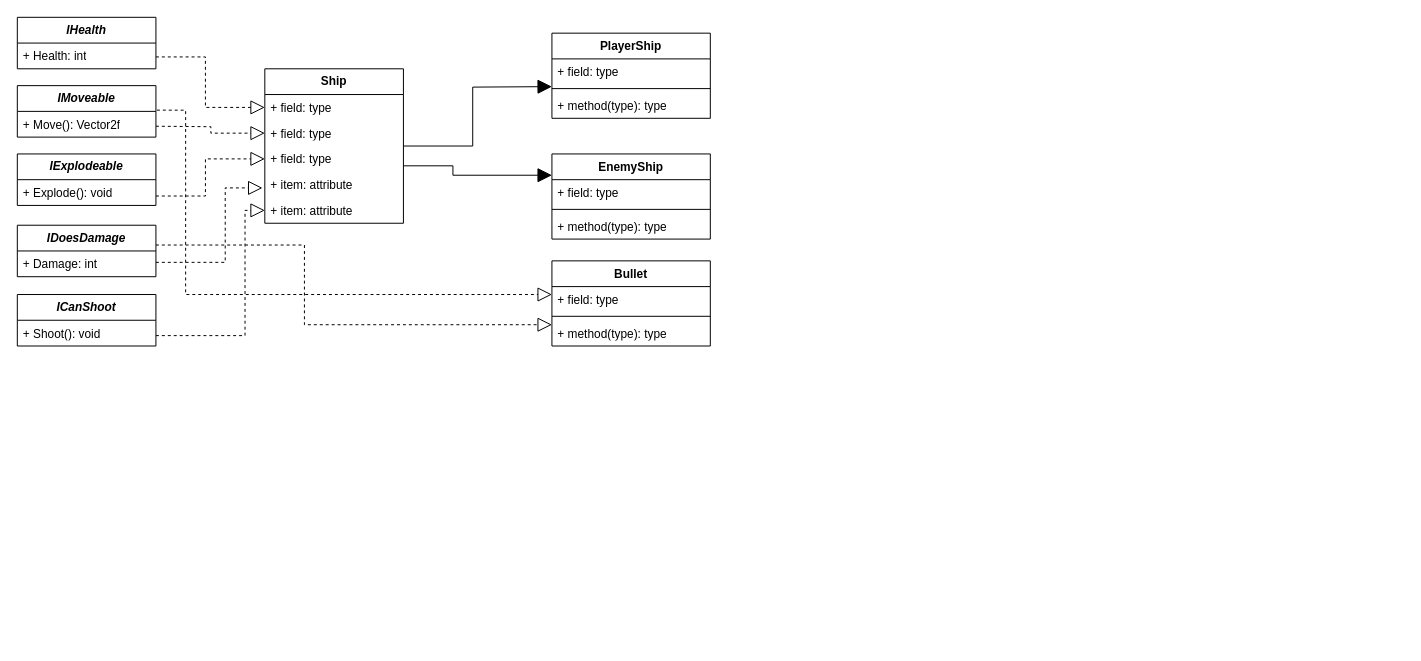
jojjedev/Invaders keeps this draw.io diagram as Invaders Johan.drawio. Above is the earlier version. Source tidied: cells renumbered, new cells numbered last; positions are measured from the earlier drawing's top-left corner, leaving out a move shared by most shapes. Both pictures are drawn from the tidied source at 99%, with x=0, y=0 at pixel (17, 17).
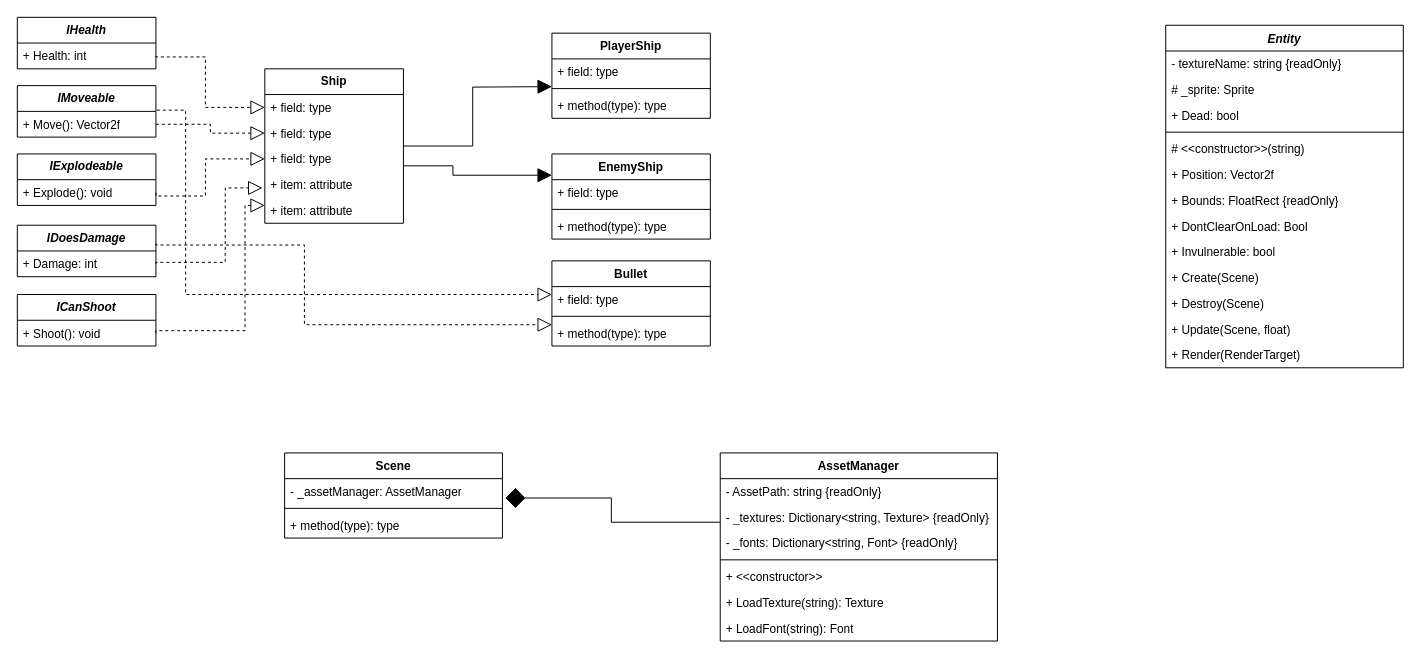
The same page after the edit.

Unchanged cells that the change refers to:
```xml
<mxCell id="2" value="&lt;b&gt;&lt;i&gt;IHealth&lt;/i&gt;&lt;/b&gt;" style="swimlane;fontStyle=0;horizontal=1;startSize=26;fillColor=none;whiteSpace=wrap;html=1;" parent="1" vertex="1">
  <mxGeometry width="140" height="52" as="geometry" />
</mxCell>
<mxCell id="4" value="&lt;b&gt;&lt;i&gt;IExplodeable&lt;/i&gt;&lt;/b&gt;" style="swimlane;fontStyle=0;horizontal=1;startSize=26;fillColor=none;whiteSpace=wrap;html=1;" parent="1" vertex="1">
  <mxGeometry y="138" width="140" height="52" as="geometry" />
</mxCell>
<mxCell id="6" value="&lt;b&gt;&lt;i&gt;IMoveable&lt;/i&gt;&lt;/b&gt;" style="swimlane;fontStyle=0;horizontal=1;startSize=26;fillColor=none;whiteSpace=wrap;html=1;" parent="1" vertex="1">
  <mxGeometry y="69" width="140" height="52" as="geometry" />
</mxCell>
<mxCell id="8" value="&lt;b&gt;&lt;i&gt;IDoesDamage&lt;/i&gt;&lt;/b&gt;" style="swimlane;fontStyle=0;horizontal=1;startSize=26;fillColor=none;whiteSpace=wrap;html=1;" parent="1" vertex="1">
  <mxGeometry y="210" width="140" height="52" as="geometry" />
</mxCell>
<mxCell id="10" value="&lt;b&gt;&lt;i&gt;ICanShoot&lt;/i&gt;&lt;/b&gt;" style="swimlane;fontStyle=0;horizontal=1;startSize=26;fillColor=none;whiteSpace=wrap;html=1;" parent="1" vertex="1">
  <mxGeometry y="280" width="140" height="52" as="geometry" />
</mxCell>
<mxCell id="20" value="Bullet" style="swimlane;fontStyle=1;align=center;verticalAlign=top;horizontal=1;startSize=26;whiteSpace=wrap;html=1;" parent="1" vertex="1">
  <mxGeometry x="540" y="246" width="160" height="86" as="geometry" />
</mxCell>
<mxCell id="27" value="+ field: type" style="text;strokeColor=none;fillColor=none;align=left;verticalAlign=top;spacingLeft=4;spacingRight=4;overflow=hidden;points=[[0,0.5],[1,0.5]];portConstraint=eastwest;whiteSpace=wrap;html=1;" parent="26" vertex="1">
  <mxGeometry y="26" width="140" height="26" as="geometry" />
</mxCell>
<mxCell id="28" value="+ field: type" style="text;strokeColor=none;fillColor=none;align=left;verticalAlign=top;spacingLeft=4;spacingRight=4;overflow=hidden;points=[[0,0.5],[1,0.5]];portConstraint=eastwest;whiteSpace=wrap;html=1;" parent="26" vertex="1">
  <mxGeometry y="52" width="140" height="26" as="geometry" />
</mxCell>
<mxCell id="29" value="+ field: type" style="text;strokeColor=none;fillColor=none;align=left;verticalAlign=top;spacingLeft=4;spacingRight=4;overflow=hidden;points=[[0,0.5],[1,0.5]];portConstraint=eastwest;whiteSpace=wrap;html=1;" parent="26" vertex="1">
  <mxGeometry y="78" width="140" height="26" as="geometry" />
</mxCell>
<mxCell id="30" value="+ item: attribute" style="text;strokeColor=none;fillColor=none;align=left;verticalAlign=top;spacingLeft=4;spacingRight=4;overflow=hidden;points=[[0,0.5],[1,0.5]];portConstraint=eastwest;whiteSpace=wrap;html=1;" parent="26" vertex="1">
  <mxGeometry y="104" width="140" height="26" as="geometry" />
</mxCell>
<mxCell id="31" value="+ item: attribute" style="text;strokeColor=none;fillColor=none;align=left;verticalAlign=top;spacingLeft=4;spacingRight=4;overflow=hidden;points=[[0,0.5],[1,0.5]];portConstraint=eastwest;whiteSpace=wrap;html=1;" parent="26" vertex="1">
  <mxGeometry y="130" width="140" height="26" as="geometry" />
</mxCell>
```

The edit, as a diff of the source:
```diff
@@
-    <mxCell id="32" style="endArrow=block;dashed=1;endFill=0;endSize=12;html=1;rounded=0;entryX=0;entryY=0.5;entryDx=0;entryDy=0;edgeStyle=orthogonalEdgeStyle;" parent="1" edge="1" target="27">
+    <mxCell id="32" style="endArrow=block;dashed=1;endFill=0;endSize=12;html=1;rounded=0;entryX=0;entryY=0.5;entryDx=0;entryDy=0;edgeStyle=orthogonalEdgeStyle;exitX=1;exitY=0.75;exitDx=0;exitDy=0;" parent="1" edge="1" source="2" target="27">
       <mxGeometry x="0.01" relative="1" as="geometry">
-        <mxPoint x="140" y="40" as="sourcePoint" />
         <Array as="points">
+          <mxPoint x="140" y="40" />
           <mxPoint x="190" y="40" />
           <mxPoint x="190" y="91" />
         </Array>
       </mxGeometry>
     </mxCell>
-    <mxCell id="33" style="endArrow=block;dashed=1;endFill=0;endSize=12;html=1;rounded=0;entryX=0;entryY=0.5;entryDx=0;entryDy=0;edgeStyle=orthogonalEdgeStyle;" parent="1" edge="1" target="28">
-      <mxGeometry x="0.01" relative="1" as="geometry">
-        <mxPoint x="140" y="110" as="sourcePoint" />
-      </mxGeometry>
+    <mxCell id="33" style="endArrow=block;dashed=1;endFill=0;endSize=12;html=1;rounded=0;entryX=0;entryY=0.5;entryDx=0;entryDy=0;edgeStyle=orthogonalEdgeStyle;exitX=1;exitY=0.75;exitDx=0;exitDy=0;" parent="1" edge="1" source="6" target="28">
+      <mxGeometry x="0.01" relative="1" as="geometry" />
     </mxCell>
-    <mxCell id="34" style="endArrow=block;dashed=1;endFill=0;endSize=12;html=1;rounded=0;entryX=0;entryY=0.5;entryDx=0;entryDy=0;edgeStyle=orthogonalEdgeStyle;" parent="1" edge="1" target="29">
+    <mxCell id="34" style="endArrow=block;dashed=1;endFill=0;endSize=12;html=1;rounded=0;entryX=0;entryY=0.5;entryDx=0;entryDy=0;edgeStyle=orthogonalEdgeStyle;exitX=1;exitY=0.75;exitDx=0;exitDy=0;" parent="1" edge="1" source="4" target="29">
       <mxGeometry relative="1" as="geometry">
-        <mxPoint x="140" y="180.5" as="sourcePoint" />
         <Array as="points">
+          <mxPoint x="140" y="180.5" />
           <mxPoint x="190" y="180.5" />
           <mxPoint x="190" y="143" />
         </Array>
       </mxGeometry>
     </mxCell>
-    <mxCell id="35" style="endArrow=block;dashed=1;endFill=0;endSize=12;html=1;rounded=0;entryX=-0.017;entryY=0.628;entryDx=0;entryDy=0;edgeStyle=orthogonalEdgeStyle;entryPerimeter=0;" parent="1" edge="1" target="30">
+    <mxCell id="35" style="endArrow=block;dashed=1;endFill=0;endSize=12;html=1;rounded=0;entryX=-0.017;entryY=0.628;entryDx=0;entryDy=0;edgeStyle=orthogonalEdgeStyle;entryPerimeter=0;exitX=1;exitY=0.75;exitDx=0;exitDy=0;" parent="1" edge="1" source="8" target="30">
       <mxGeometry x="-0.19" relative="1" as="geometry">
-        <mxPoint x="140" y="247.5" as="sourcePoint" />
         <Array as="points">
+          <mxPoint x="140" y="247.5" />
           <mxPoint x="210" y="247.5" />
           <mxPoint x="210" y="172.3" />
         </Array>
       </mxGeometry>
     </mxCell>
-    <mxCell id="36" style="endArrow=block;dashed=1;endFill=0;endSize=12;html=1;rounded=0;entryX=0;entryY=0.5;entryDx=0;entryDy=0;edgeStyle=orthogonalEdgeStyle;" parent="1" edge="1" target="31">
+    <mxCell id="36" style="endArrow=block;dashed=1;endFill=0;endSize=12;html=1;rounded=0;entryX=0;entryY=0.5;entryDx=0;entryDy=0;edgeStyle=orthogonalEdgeStyle;exitX=1;exitY=0.75;exitDx=0;exitDy=0;" parent="1" edge="1" source="10">
       <mxGeometry x="-0.37" relative="1" as="geometry">
-        <mxPoint x="140" y="321.5" as="sourcePoint" />
+        <mxPoint x="250" y="190" as="targetPoint" />
         <Array as="points">
-          <mxPoint x="230" y="321.5" />
-          <mxPoint x="230" y="195" />
+          <mxPoint x="140" y="316.5" />
+          <mxPoint x="230" y="316.5" />
+          <mxPoint x="230" y="190" />
         </Array>
       </mxGeometry>
     </mxCell>
@@
-    <mxCell id="38" style="endArrow=block;dashed=1;endFill=0;endSize=12;html=1;rounded=0;entryX=0;entryY=0.75;entryDx=0;entryDy=0;edgeStyle=orthogonalEdgeStyle;" parent="1" edge="1" target="20">
+    <mxCell id="38" style="endArrow=block;dashed=1;endFill=0;endSize=12;html=1;rounded=0;entryX=0;entryY=0.75;entryDx=0;entryDy=0;edgeStyle=orthogonalEdgeStyle;exitX=1;exitY=0.359;exitDx=0;exitDy=0;exitPerimeter=0;" parent="1" edge="1" source="8" target="20">
       <mxGeometry x="-0.66" relative="1" as="geometry">
-        <mxPoint x="140" y="230" as="sourcePoint" />
         <Array as="points">
+          <mxPoint x="140" y="230" />
           <mxPoint x="290" y="230" />
           <mxPoint x="290" y="310.5" />
         </Array>
       </mxGeometry>
     </mxCell>
+    <mxCell id="39" value="Scene" style="swimlane;fontStyle=1;align=center;verticalAlign=top;horizontal=1;startSize=26;whiteSpace=wrap;html=1;" parent="1" vertex="1">
+      <mxGeometry x="270" y="440" width="220" height="86" as="geometry" />
+    </mxCell>
+    <mxCell id="40" value="&lt;div&gt;- _assetManager: AssetManager&lt;/div&gt;" style="text;strokeColor=none;fillColor=none;align=left;verticalAlign=top;spacingLeft=4;spacingRight=4;overflow=hidden;points=[[0,0.5],[1,0.5]];portConstraint=eastwest;whiteSpace=wrap;html=1;" parent="39" vertex="1">
+      <mxGeometry y="26" width="220" height="26" as="geometry" />
+    </mxCell>
+    <mxCell id="41" style="line;strokeWidth=1;fillColor=none;align=left;verticalAlign=middle;spacingTop=-1;spacingLeft=3;spacingRight=3;labelPosition=right;strokeColor=inherit;" parent="39" vertex="1">
+      <mxGeometry y="52" width="220" height="8" as="geometry" />
+    </mxCell>
+    <mxCell id="42" value="+ method(type): type" style="text;strokeColor=none;fillColor=none;align=left;verticalAlign=top;spacingLeft=4;spacingRight=4;overflow=hidden;whiteSpace=wrap;html=1;" parent="39" vertex="1">
+      <mxGeometry y="60" width="220" height="26" as="geometry" />
+    </mxCell>
+    <mxCell id="43" style="endArrow=diamond;endFill=1;endSize=18;html=1;rounded=0;entryX=1.013;entryY=0.751;entryDx=0;entryDy=0;entryPerimeter=0;exitX=0;exitY=0.692;exitDx=0;exitDy=0;exitPerimeter=0;edgeStyle=orthogonalEdgeStyle;" parent="1" edge="1" source="46" target="40">
+      <mxGeometry relative="1" as="geometry">
+        <Array as="points">
+          <mxPoint x="600" y="510" />
+          <mxPoint x="600" y="485.5" />
+        </Array>
+      </mxGeometry>
+    </mxCell>
+    <mxCell id="44" value="AssetManager" style="swimlane;fontStyle=1;align=center;verticalAlign=top;horizontal=1;startSize=26;whiteSpace=wrap;html=1;" parent="1" vertex="1">
+      <mxGeometry x="710" y="440" width="280" height="190" as="geometry" />
+    </mxCell>
+    <mxCell id="45" value="- AssetPath: string {readOnly}" style="text;strokeColor=none;fillColor=none;align=left;verticalAlign=top;spacingLeft=4;spacingRight=4;overflow=hidden;whiteSpace=wrap;html=1;" parent="44" vertex="1">
+      <mxGeometry y="26" width="280" height="26" as="geometry" />
+    </mxCell>
+    <mxCell id="46" value="- _textures: Dictionary&amp;lt;string, Texture&amp;gt; {readOnly}" style="text;strokeColor=none;fillColor=none;align=left;verticalAlign=top;spacingLeft=4;spacingRight=4;overflow=hidden;points=[[0,0.5],[1,0.5]];portConstraint=eastwest;whiteSpace=wrap;html=1;" parent="44" vertex="1">
+      <mxGeometry y="52" width="280" height="26" as="geometry" />
+    </mxCell>
+    <mxCell id="47" value="- _fonts: Dictionary&amp;lt;string, Font&amp;gt; {readOnly}" style="text;strokeColor=none;fillColor=none;align=left;verticalAlign=top;spacingLeft=4;spacingRight=4;overflow=hidden;whiteSpace=wrap;html=1;" parent="44" vertex="1">
+      <mxGeometry y="78" width="280" height="26" as="geometry" />
+    </mxCell>
+    <mxCell id="48" style="line;strokeWidth=1;fillColor=none;align=left;verticalAlign=middle;spacingTop=-1;spacingLeft=3;spacingRight=3;labelPosition=right;strokeColor=inherit;" parent="44" vertex="1">
+      <mxGeometry y="104" width="280" height="8" as="geometry" />
+    </mxCell>
+    <mxCell id="49" value="&lt;div&gt;+ &amp;lt;&amp;lt;constructor&amp;gt;&amp;gt;&lt;/div&gt;" style="text;strokeColor=none;fillColor=none;align=left;verticalAlign=top;spacingLeft=4;spacingRight=4;overflow=hidden;whiteSpace=wrap;html=1;" parent="44" vertex="1">
+      <mxGeometry y="112" width="280" height="26" as="geometry" />
+    </mxCell>
+    <mxCell id="50" value="+ LoadTexture(string): Texture" style="text;strokeColor=none;fillColor=none;align=left;verticalAlign=top;spacingLeft=4;spacingRight=4;overflow=hidden;whiteSpace=wrap;html=1;" parent="44" vertex="1">
+      <mxGeometry y="138" width="280" height="26" as="geometry" />
+    </mxCell>
+    <mxCell id="51" value="+ LoadFont(string): Font" style="text;strokeColor=none;fillColor=none;align=left;verticalAlign=top;spacingLeft=4;spacingRight=4;overflow=hidden;whiteSpace=wrap;html=1;" parent="44" vertex="1">
+      <mxGeometry y="164" width="280" height="26" as="geometry" />
+    </mxCell>
+    <mxCell id="52" value="&lt;div&gt;&lt;i&gt;Entity&lt;/i&gt;&lt;/div&gt;" style="swimlane;fontStyle=1;align=center;verticalAlign=top;horizontal=1;startSize=26;whiteSpace=wrap;html=1;" parent="1" vertex="1">
+      <mxGeometry x="1160" y="8" width="240" height="346" as="geometry" />
+    </mxCell>
+    <mxCell id="53" value="- textureName: string {readOnly}" style="text;strokeColor=none;fillColor=none;align=left;verticalAlign=top;spacingLeft=4;spacingRight=4;overflow=hidden;whiteSpace=wrap;html=1;" parent="52" vertex="1">
+      <mxGeometry y="26" width="240" height="26" as="geometry" />
+    </mxCell>
+    <mxCell id="54" value="# _sprite: Sprite" style="text;strokeColor=none;fillColor=none;align=left;verticalAlign=top;spacingLeft=4;spacingRight=4;overflow=hidden;whiteSpace=wrap;html=1;" parent="52" vertex="1">
+      <mxGeometry y="52" width="240" height="26" as="geometry" />
+    </mxCell>
+    <mxCell id="55" value="+ Dead: bool" style="text;strokeColor=none;fillColor=none;align=left;verticalAlign=top;spacingLeft=4;spacingRight=4;overflow=hidden;whiteSpace=wrap;html=1;" parent="52" vertex="1">
+      <mxGeometry y="78" width="240" height="26" as="geometry" />
+    </mxCell>
+    <mxCell id="56" style="line;strokeWidth=1;fillColor=none;align=left;verticalAlign=middle;spacingTop=-1;spacingLeft=3;spacingRight=3;labelPosition=right;strokeColor=inherit;" parent="52" vertex="1">
+      <mxGeometry y="104" width="240" height="8" as="geometry" />
+    </mxCell>
+    <mxCell id="57" value="# &amp;lt;&amp;lt;constructor&amp;gt;&amp;gt;(string)" style="text;strokeColor=none;fillColor=none;align=left;verticalAlign=top;spacingLeft=4;spacingRight=4;overflow=hidden;whiteSpace=wrap;html=1;" parent="52" vertex="1">
+      <mxGeometry y="112" width="240" height="26" as="geometry" />
+    </mxCell>
+    <mxCell id="58" value="+ Position: Vector2f" style="text;strokeColor=none;fillColor=none;align=left;verticalAlign=top;spacingLeft=4;spacingRight=4;overflow=hidden;whiteSpace=wrap;html=1;" parent="52" vertex="1">
+      <mxGeometry y="138" width="240" height="26" as="geometry" />
+    </mxCell>
+    <mxCell id="59" value="+ Bounds: FloatRect {readOnly}" style="text;strokeColor=none;fillColor=none;align=left;verticalAlign=top;spacingLeft=4;spacingRight=4;overflow=hidden;whiteSpace=wrap;html=1;" parent="52" vertex="1">
+      <mxGeometry y="164" width="240" height="26" as="geometry" />
+    </mxCell>
+    <mxCell id="60" value="+ DontClearOnLoad: Bool" style="text;strokeColor=none;fillColor=none;align=left;verticalAlign=top;spacingLeft=4;spacingRight=4;overflow=hidden;whiteSpace=wrap;html=1;" parent="52" vertex="1">
+      <mxGeometry y="190" width="240" height="26" as="geometry" />
+    </mxCell>
+    <mxCell id="61" value="+ Invulnerable: bool" style="text;strokeColor=none;fillColor=none;align=left;verticalAlign=top;spacingLeft=4;spacingRight=4;overflow=hidden;whiteSpace=wrap;html=1;" parent="52" vertex="1">
+      <mxGeometry y="216" width="240" height="26" as="geometry" />
+    </mxCell>
+    <mxCell id="62" value="+ Create(Scene)" style="text;strokeColor=none;fillColor=none;align=left;verticalAlign=top;spacingLeft=4;spacingRight=4;overflow=hidden;whiteSpace=wrap;html=1;" parent="52" vertex="1">
+      <mxGeometry y="242" width="240" height="26" as="geometry" />
+    </mxCell>
+    <mxCell id="63" value="+ Destroy(Scene)" style="text;strokeColor=none;fillColor=none;align=left;verticalAlign=top;spacingLeft=4;spacingRight=4;overflow=hidden;whiteSpace=wrap;html=1;" parent="52" vertex="1">
+      <mxGeometry y="268" width="240" height="26" as="geometry" />
+    </mxCell>
+    <mxCell id="64" value="+ Update(Scene, float)" style="text;strokeColor=none;fillColor=none;align=left;verticalAlign=top;spacingLeft=4;spacingRight=4;overflow=hidden;whiteSpace=wrap;html=1;" parent="52" vertex="1">
+      <mxGeometry y="294" width="240" height="26" as="geometry" />
+    </mxCell>
+    <mxCell id="65" value="+ Render(RenderTarget)" style="text;strokeColor=none;fillColor=none;align=left;verticalAlign=top;spacingLeft=4;spacingRight=4;overflow=hidden;whiteSpace=wrap;html=1;" parent="52" vertex="1">
+      <mxGeometry y="320" width="240" height="26" as="geometry" />
+    </mxCell>
```
